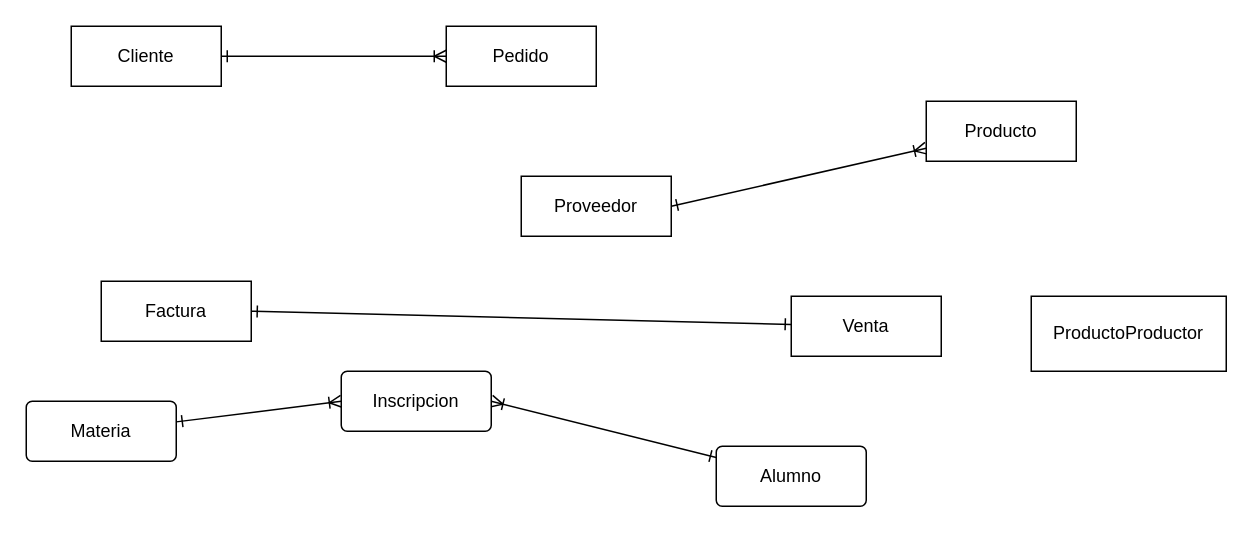
The draw.io diagram entity.dio in leodufer/diogram, before the edit. Source tidied: cells renumbered, new cells numbered last; positions are measured from the earlier drawing's top-left corner, leaving out a move shared by most shapes. Both pictures are drawn from the tidied source at 150%, with x=0, y=0 at pixel (26, 26).
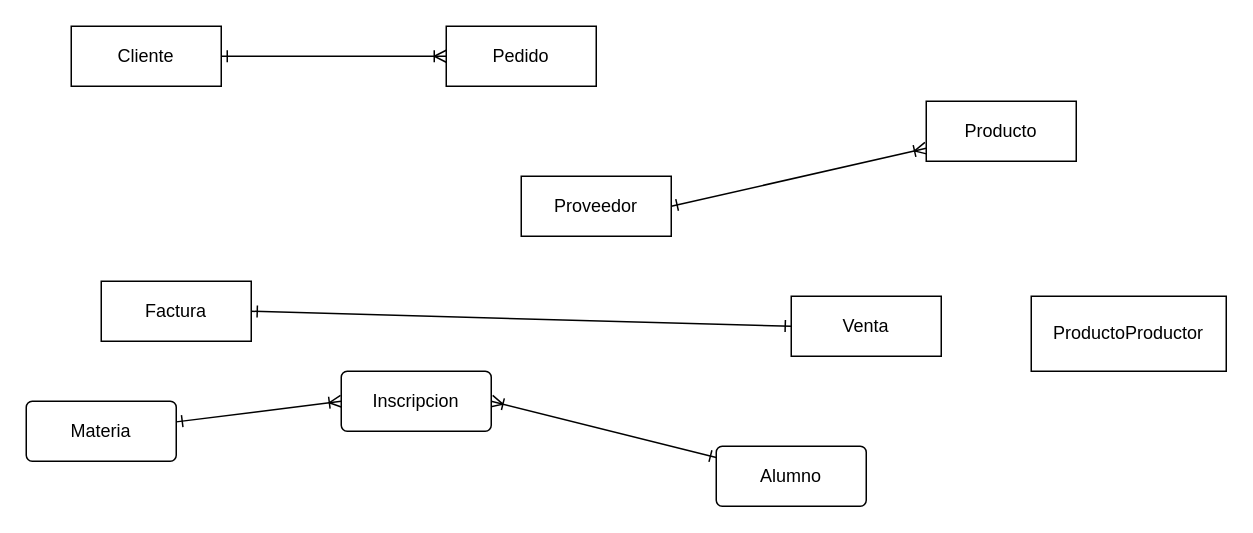
After the change.

Commit message (it also covers changes not shown here):
add many to many error detection

The edit, as a diff of the source:
```diff
@@
 <mxGraphModel>
   <root>
     <mxCell id="0" />
     <mxCell id="1" parent="0" />
     <mxCell id="2" style="edgeStyle=none;html=1;startArrow=ERone;startFill=0;endArrow=ERoneToMany;endFill=0;exitX=1;exitY=0.5;exitDx=0;exitDy=0;" parent="1" edge="1" source="3" target="9">
       <mxGeometry relative="1" as="geometry" />
     </mxCell>
     <mxCell id="3" value="Cliente" style="whiteSpace=wrap;html=1;align=center;" parent="1" vertex="1">
       <mxGeometry x="30" width="100" height="40" as="geometry" />
     </mxCell>
     <mxCell id="4" value="Proveedor" style="whiteSpace=wrap;html=1;align=center;" parent="1" vertex="1">
       <mxGeometry x="330" y="100" width="100" height="40" as="geometry" />
     </mxCell>
     <mxCell id="5" value="Factura" style="whiteSpace=wrap;html=1;align=center;" parent="1" vertex="1">
       <mxGeometry x="50" y="170" width="100" height="40" as="geometry" />
     </mxCell>
     <mxCell id="6" style="edgeStyle=none;html=1;startArrow=ERoneToMany;startFill=0;endArrow=ERone;endFill=0;entryX=1;entryY=0.5;entryDx=0;entryDy=0;" parent="1" edge="1" source="7" target="4">
       <mxGeometry relative="1" as="geometry" />
     </mxCell>
     <mxCell id="7" value="Producto" style="whiteSpace=wrap;html=1;align=center;" parent="1" vertex="1">
       <mxGeometry x="600" y="50" width="100" height="40" as="geometry" />
     </mxCell>
     <mxCell id="8" value="ProductoProductor" style="whiteSpace=wrap;html=1;align=center;" parent="1" vertex="1">
       <mxGeometry x="670" y="180" width="130" height="50" as="geometry" />
     </mxCell>
     <mxCell id="9" value="Pedido" style="whiteSpace=wrap;html=1;align=center;" parent="1" vertex="1">
       <mxGeometry x="280" width="100" height="40" as="geometry" />
     </mxCell>
-    <mxCell id="10" style="edgeStyle=none;html=1;entryX=1;entryY=0.5;entryDx=0;entryDy=0;startArrow=ERone;startFill=0;endArrow=ERone;endFill=0;" parent="1" edge="1" source="11" target="5">
+    <mxCell id="10" style="edgeStyle=none;html=1;startArrow=ERone;startFill=0;endArrow=ERone;endFill=0;exitX=1;exitY=0.5;exitDx=0;exitDy=0;entryX=0;entryY=0.5;entryDx=0;entryDy=0;" parent="1" edge="1" source="5" target="11">
       <mxGeometry relative="1" as="geometry" />
     </mxCell>
     <mxCell id="11" value="Venta" style="whiteSpace=wrap;html=1;align=center;" parent="1" vertex="1">
       <mxGeometry x="510" y="180" width="100" height="40" as="geometry" />
     </mxCell>
     <mxCell id="12" style="edgeStyle=none;html=1;entryX=1;entryY=0.5;entryDx=0;entryDy=0;startArrow=ERone;startFill=0;endArrow=ERoneToMany;endFill=0;" parent="1" edge="1" source="13" target="16">
       <mxGeometry relative="1" as="geometry" />
     </mxCell>
     <mxCell id="13" value="Alumno" style="rounded=1;arcSize=10;whiteSpace=wrap;html=1;align=center;" parent="1" vertex="1">
       <mxGeometry x="460" y="280" width="100" height="40" as="geometry" />
     </mxCell>
     <mxCell id="14" style="edgeStyle=none;html=1;entryX=0;entryY=0.5;entryDx=0;entryDy=0;startArrow=ERone;startFill=0;endArrow=ERoneToMany;endFill=0;" parent="1" edge="1" source="15" target="16">
       <mxGeometry relative="1" as="geometry" />
     </mxCell>
     <mxCell id="15" value="Materia" style="rounded=1;arcSize=10;whiteSpace=wrap;html=1;align=center;" parent="1" vertex="1">
       <mxGeometry y="250" width="100" height="40" as="geometry" />
     </mxCell>
     <mxCell id="16" value="Inscripcion" style="rounded=1;arcSize=10;whiteSpace=wrap;html=1;align=center;" parent="1" vertex="1">
       <mxGeometry x="210" y="230" width="100" height="40" as="geometry" />
     </mxCell>
   </root>
 </mxGraphModel>
```
